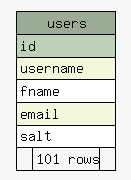
Earlier version of the Graphviz export dbDocs/diagrams/summary/users.1degree.png (btv/DED_backend). Its source is kept beside it as dbDocs/diagrams/summary/users.1degree.dot.
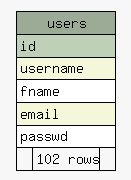
After the commit.

What changed in the source:
```diff
@@ -23,8 +23,8 @@
       <TR><TD PORT="username" COLSPAN="3" BGCOLOR="#f4f7da" ALIGN="LEFT">username</TD></TR>
       <TR><TD PORT="fname" COLSPAN="3" ALIGN="LEFT">fname</TD></TR>
       <TR><TD PORT="email" COLSPAN="3" BGCOLOR="#f4f7da" ALIGN="LEFT">email</TD></TR>
-      <TR><TD PORT="salt" COLSPAN="3" ALIGN="LEFT">salt</TD></TR>
-      <TR><TD ALIGN="LEFT" BGCOLOR="#f7f7f7">  </TD><TD ALIGN="RIGHT" BGCOLOR="#f7f7f7">101 rows</TD><TD ALIGN="RIGHT" BGCOLOR="#f7f7f7">  </TD></TR>
+      <TR><TD PORT="passwd" COLSPAN="3" ALIGN="LEFT">passwd</TD></TR>
+      <TR><TD ALIGN="LEFT" BGCOLOR="#f7f7f7">  </TD><TD ALIGN="RIGHT" BGCOLOR="#f7f7f7">102 rows</TD><TD ALIGN="RIGHT" BGCOLOR="#f7f7f7">  </TD></TR>
     </TABLE>>
     URL="tables/users.html"
     tooltip="users"
```
